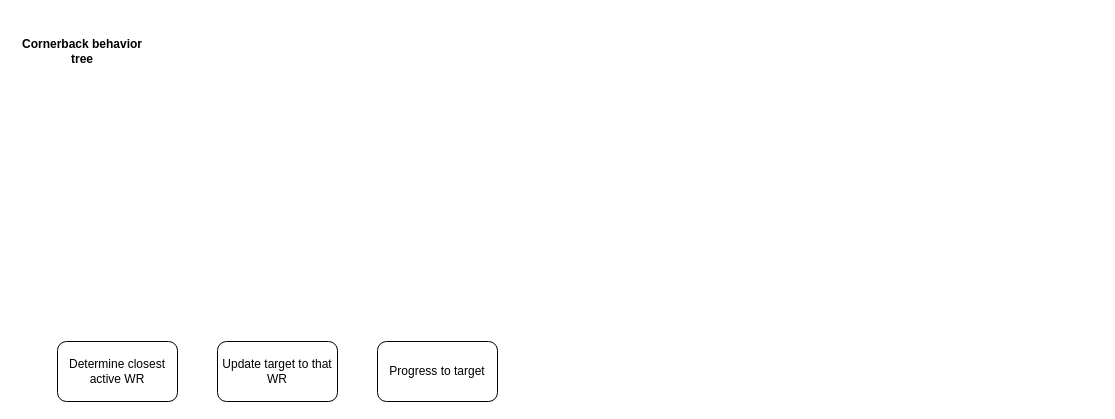
Above: page "Defense" (2 of 2) of Behavior tree.drawio in togfoxy/TacticalGridIron (draw.io), before the change. Source tidied: cells renumbered, new cells numbered last; positions are measured from the earlier drawing's top-left corner, leaving out a move shared by most shapes. Both pictures are drawn from the tidied source at 100%, with x=0, y=0 at pixel (17, 41).
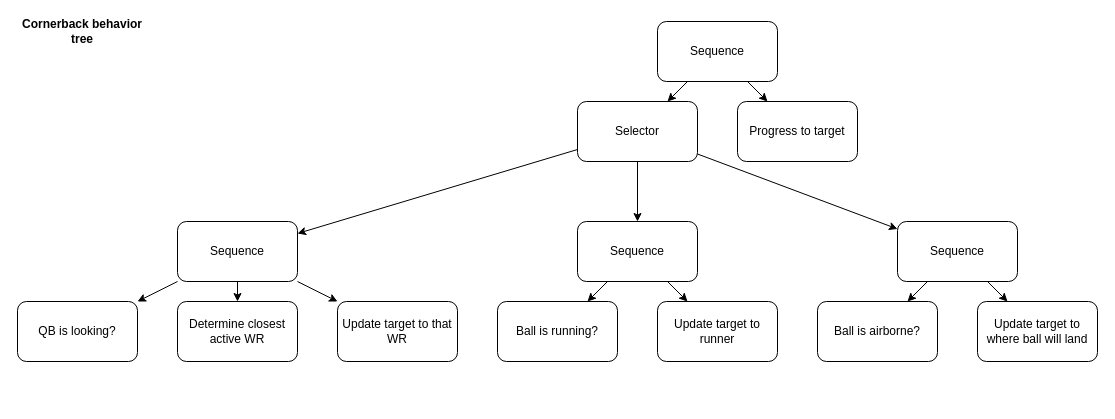
Above is the later version.

Change to the diagram source:
```diff
@@
     <mxCell id="2" value="Cornerback behavior tree" style="text;html=1;strokeColor=none;fillColor=none;align=center;verticalAlign=middle;whiteSpace=wrap;rounded=0;fontStyle=1;" parent="1" vertex="1">
-      <mxGeometry width="130" height="20" as="geometry" />
+      <mxGeometry y="-20" width="130" height="20" as="geometry" />
     </mxCell>
     <mxCell id="3" value="Determine closest active WR" style="rounded=1;whiteSpace=wrap;html=1;" parent="1" vertex="1">
-      <mxGeometry x="40" y="300" width="120" height="60" as="geometry" />
+      <mxGeometry x="160" y="260" width="120" height="60" as="geometry" />
     </mxCell>
+    <mxCell id="5" value="Progress to target" style="rounded=1;whiteSpace=wrap;html=1;" parent="1" vertex="1">
+      <mxGeometry x="720" y="60" width="120" height="60" as="geometry" />
+    </mxCell>
     <mxCell id="4" value="Update target to that WR" style="rounded=1;whiteSpace=wrap;html=1;" parent="1" vertex="1">
-      <mxGeometry x="200" y="300" width="120" height="60" as="geometry" />
+      <mxGeometry x="320" y="260" width="120" height="60" as="geometry" />
     </mxCell>
-    <mxCell id="5" value="Progress to target" style="rounded=1;whiteSpace=wrap;html=1;" parent="1" vertex="1">
-      <mxGeometry x="360" y="300" width="120" height="60" as="geometry" />
-    </mxCell>
+    <mxCell id="6" value="Sequence" style="rounded=1;whiteSpace=wrap;html=1;" parent="1" vertex="1">
+      <mxGeometry x="160" y="180" width="120" height="60" as="geometry" />
+    </mxCell>
+    <mxCell id="7" style="endArrow=classic;html=1;" parent="1" edge="1" source="6" target="3">
+      <mxGeometry relative="1" as="geometry" />
+    </mxCell>
+    <mxCell id="8" style="endArrow=classic;html=1;" parent="1" edge="1" source="6" target="4">
+      <mxGeometry relative="1" as="geometry" />
+    </mxCell>
+    <mxCell id="9" value="QB is looking?" style="rounded=1;whiteSpace=wrap;html=1;" parent="1" vertex="1">
+      <mxGeometry y="260" width="120" height="60" as="geometry" />
+    </mxCell>
+    <mxCell id="10" style="endArrow=classic;html=1;" parent="1" edge="1" source="6" target="9">
+      <mxGeometry relative="1" as="geometry" />
+    </mxCell>
+    <mxCell id="11" value="Ball is running?" style="rounded=1;whiteSpace=wrap;html=1;" parent="1" vertex="1">
+      <mxGeometry x="480" y="260" width="120" height="60" as="geometry" />
+    </mxCell>
+    <mxCell id="12" value="Update target to runner" style="rounded=1;whiteSpace=wrap;html=1;" parent="1" vertex="1">
+      <mxGeometry x="640" y="260" width="120" height="60" as="geometry" />
+    </mxCell>
+    <mxCell id="13" value="Sequence" style="rounded=1;whiteSpace=wrap;html=1;" parent="1" vertex="1">
+      <mxGeometry x="560" y="180" width="120" height="60" as="geometry" />
+    </mxCell>
+    <mxCell id="14" style="endArrow=classic;html=1;" parent="1" edge="1" source="13" target="11">
+      <mxGeometry relative="1" as="geometry" />
+    </mxCell>
+    <mxCell id="15" style="endArrow=classic;html=1;" parent="1" edge="1" source="13" target="12">
+      <mxGeometry relative="1" as="geometry" />
+    </mxCell>
+    <mxCell id="16" value="Ball is airborne?" style="rounded=1;whiteSpace=wrap;html=1;" parent="1" vertex="1">
+      <mxGeometry x="800" y="260" width="120" height="60" as="geometry" />
+    </mxCell>
+    <mxCell id="17" value="Update target to where ball will land" style="rounded=1;whiteSpace=wrap;html=1;" parent="1" vertex="1">
+      <mxGeometry x="960" y="260" width="120" height="60" as="geometry" />
+    </mxCell>
+    <mxCell id="18" value="Sequence" style="rounded=1;whiteSpace=wrap;html=1;" parent="1" vertex="1">
+      <mxGeometry x="880" y="180" width="120" height="60" as="geometry" />
+    </mxCell>
+    <mxCell id="19" style="endArrow=classic;html=1;" parent="1" edge="1" source="18" target="16">
+      <mxGeometry relative="1" as="geometry" />
+    </mxCell>
+    <mxCell id="20" style="endArrow=classic;html=1;" parent="1" edge="1" source="18" target="17">
+      <mxGeometry relative="1" as="geometry" />
+    </mxCell>
+    <mxCell id="21" value="Selector" style="rounded=1;whiteSpace=wrap;html=1;" parent="1" vertex="1">
+      <mxGeometry x="560" y="60" width="120" height="60" as="geometry" />
+    </mxCell>
+    <mxCell id="22" style="endArrow=classic;html=1;" parent="1" edge="1" source="21" target="6">
+      <mxGeometry relative="1" as="geometry" />
+    </mxCell>
+    <mxCell id="23" style="endArrow=classic;html=1;" parent="1" edge="1" source="21" target="13">
+      <mxGeometry relative="1" as="geometry" />
+    </mxCell>
+    <mxCell id="24" style="endArrow=classic;html=1;" parent="1" edge="1" source="21" target="18">
+      <mxGeometry relative="1" as="geometry" />
+    </mxCell>
+    <mxCell id="25" value="Sequence" style="rounded=1;whiteSpace=wrap;html=1;" parent="1" vertex="1">
+      <mxGeometry x="640" y="-20" width="120" height="60" as="geometry" />
+    </mxCell>
+    <mxCell id="26" style="endArrow=classic;html=1;" parent="1" edge="1" source="25" target="21">
+      <mxGeometry relative="1" as="geometry" />
+    </mxCell>
+    <mxCell id="27" style="endArrow=classic;html=1;" parent="1" edge="1" source="25" target="5">
+      <mxGeometry relative="1" as="geometry" />
+    </mxCell>
```
